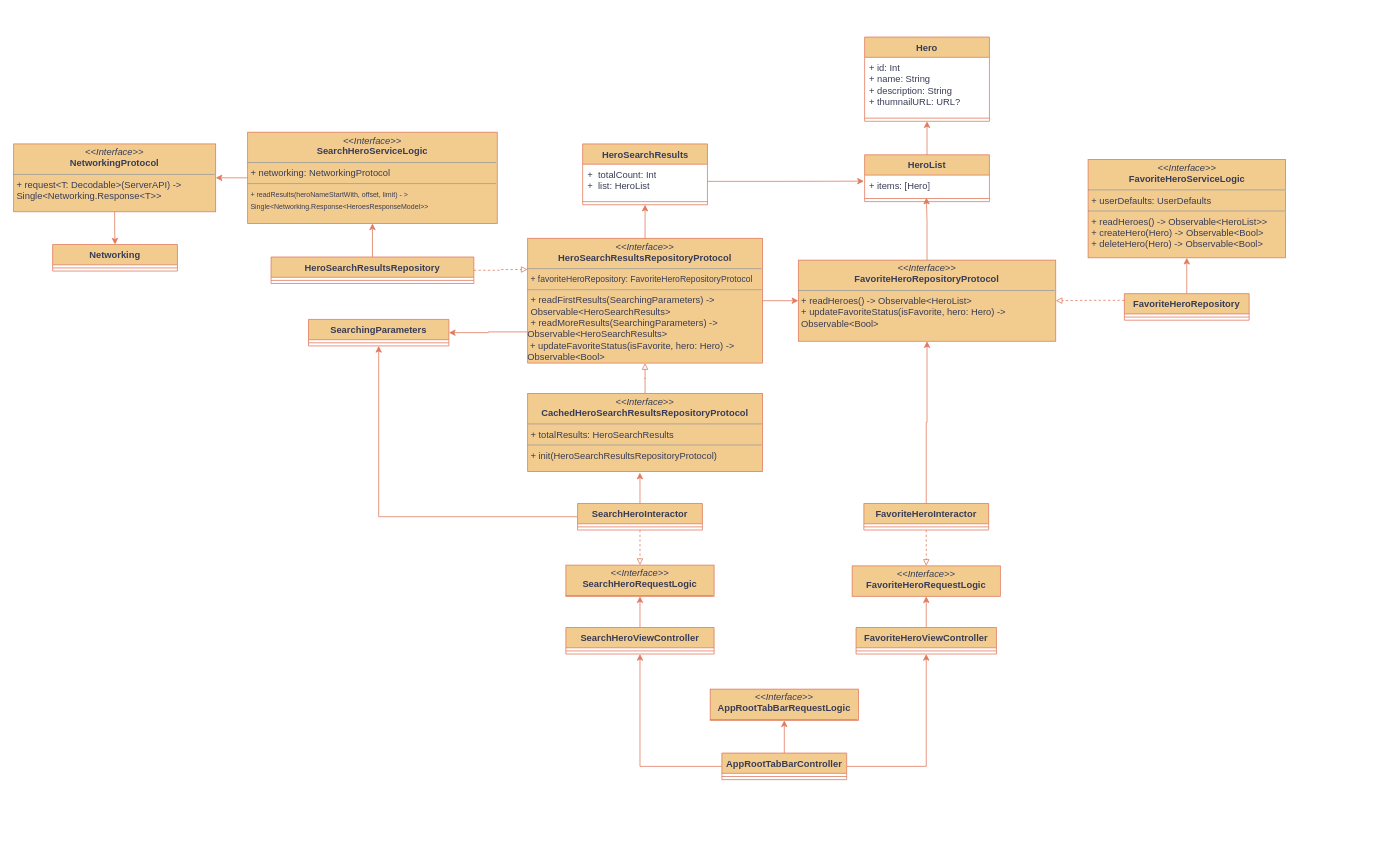
Before: page "앱 구조" (1 of 2) of Characters.drawio in gookhee/diagrams, a draw.io diagram. Source tidied: cells renumbered, new cells numbered last; positions are measured from the earlier drawing's top-left corner, leaving out a move shared by most shapes. Both pictures are drawn from the tidied source at 78%, with x=0, y=0 at pixel (13, 37).
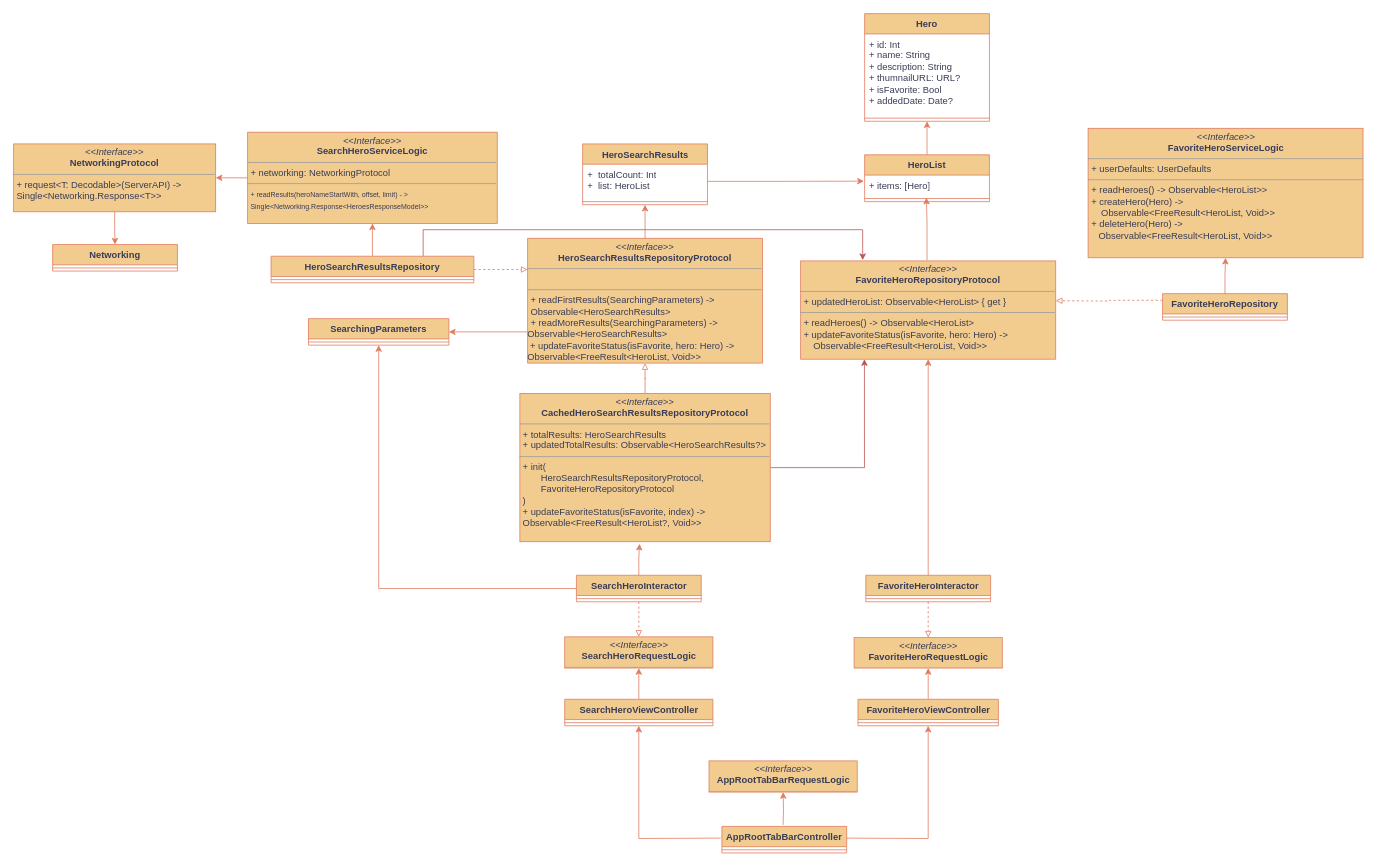
The same page after the edit.

The change refers to these unchanged cells:
```xml
<mxCell id="41" style="line;strokeWidth=1;fillColor=none;align=left;verticalAlign=middle;spacingTop=-1;spacingLeft=3;spacingRight=3;labelPosition=right;points=[];portConstraint=eastwest;strokeColor=#E07A5F;labelBackgroundColor=none;fontColor=#393C56;" parent="39" vertex="1">
  <mxGeometry y="52" width="160" height="8" as="geometry" />
</mxCell>
```

What changed in the source:
```diff
@@
-    <mxCell id="2" style="edgeStyle=orthogonalEdgeStyle;rounded=0;jettySize=auto;html=1;labelBackgroundColor=none;strokeColor=#E07A5F;fontColor=default;entryX=0.5;entryY=1;entryDx=0;entryDy=0;" parent="1" edge="1" source="5" target="8">
-      <mxGeometry relative="1" as="geometry" />
+    <mxCell id="2" style="edgeStyle=orthogonalEdgeStyle;rounded=0;jettySize=auto;html=1;labelBackgroundColor=none;strokeColor=#E07A5F;fontColor=default;entryX=0.5;entryY=1;entryDx=0;entryDy=0;" parent="1" edge="1" target="8">
+      <mxGeometry relative="1" as="geometry">
+        <mxPoint x="906.5" y="1027" as="sourcePoint" />
+      </mxGeometry>
     </mxCell>
-    <mxCell id="3" style="edgeStyle=orthogonalEdgeStyle;rounded=0;jettySize=auto;html=1;entryX=0.5;entryY=1;entryDx=0;entryDy=0;labelBackgroundColor=none;strokeColor=#E07A5F;fontColor=default;" parent="1" edge="1" source="5" target="11">
-      <mxGeometry relative="1" as="geometry" />
+    <mxCell id="3" style="edgeStyle=orthogonalEdgeStyle;rounded=0;jettySize=auto;html=1;entryX=0.5;entryY=1;entryDx=0;entryDy=0;labelBackgroundColor=none;strokeColor=#E07A5F;fontColor=default;" parent="1" edge="1" target="11">
+      <mxGeometry relative="1" as="geometry">
+        <mxPoint x="1066.5" y="1027" as="sourcePoint" />
+      </mxGeometry>
     </mxCell>
-    <mxCell id="4" style="edgeStyle=orthogonalEdgeStyle;rounded=0;jettySize=auto;html=1;entryX=0.5;entryY=1;entryDx=0;entryDy=0;labelBackgroundColor=none;strokeColor=#E07A5F;fontColor=default;" parent="1" edge="1" source="5" target="15">
-      <mxGeometry relative="1" as="geometry" />
+    <mxCell id="4" style="edgeStyle=orthogonalEdgeStyle;rounded=0;jettySize=auto;html=1;entryX=0.5;entryY=1;entryDx=0;entryDy=0;labelBackgroundColor=none;strokeColor=#E07A5F;fontColor=default;" parent="1" edge="1" target="15">
+      <mxGeometry relative="1" as="geometry">
+        <mxPoint x="986.5" y="1010" as="sourcePoint" />
+      </mxGeometry>
     </mxCell>
     <mxCell id="5" value="AppRootTabBarController" style="swimlane;fontStyle=1;align=center;verticalAlign=top;horizontal=1;startSize=26;whiteSpace=wrap;html=1;labelBackgroundColor=none;fillColor=#F2CC8F;strokeColor=#E07A5F;fontColor=#393C56;" parent="1" vertex="1">
-      <mxGeometry x="908" y="918" width="160" height="34" as="geometry" />
+      <mxGeometry x="908" y="1012" width="160" height="34" as="geometry" />
     </mxCell>
@@
     <mxCell id="8" value="SearchHeroViewController" style="swimlane;fontStyle=1;align=center;verticalAlign=top;horizontal=1;startSize=26;whiteSpace=wrap;html=1;labelBackgroundColor=none;fillColor=#F2CC8F;strokeColor=#E07A5F;fontColor=#393C56;" parent="1" vertex="1">
-      <mxGeometry x="708" y="757" width="190" height="34" as="geometry" />
+      <mxGeometry x="706.5" y="849" width="190" height="34" as="geometry" />
     </mxCell>
@@
     <mxCell id="11" value="FavoriteHeroViewController" style="swimlane;fontStyle=1;align=center;verticalAlign=top;horizontal=1;startSize=26;whiteSpace=wrap;html=1;labelBackgroundColor=none;fillColor=#F2CC8F;strokeColor=#E07A5F;fontColor=#393C56;" parent="1" vertex="1">
-      <mxGeometry x="1080" y="757" width="180" height="34" as="geometry" />
+      <mxGeometry x="1082.5" y="849" width="180" height="34" as="geometry" />
     </mxCell>
@@
     <mxCell id="13" value="&lt;p style=&quot;margin:0px;margin-top:4px;text-align:center;&quot;&gt;&lt;i&gt;&amp;lt;&amp;lt;Interface&amp;gt;&amp;gt;&lt;/i&gt;&lt;br&gt;&lt;b&gt;&lt;font style=&quot;font-size: 12px;&quot;&gt;SearchHeroRequestLogic&lt;/font&gt;&lt;/b&gt;&lt;/p&gt;&lt;hr size=&quot;1&quot;&gt;&lt;p style=&quot;margin:0px;margin-left:4px;&quot;&gt;&lt;br&gt;&lt;/p&gt;&lt;hr size=&quot;1&quot;&gt;&lt;p style=&quot;margin:0px;margin-left:4px;&quot;&gt;&lt;br&gt;&lt;/p&gt;" style="verticalAlign=top;align=left;overflow=fill;fontSize=12;fontFamily=Helvetica;html=1;whiteSpace=wrap;labelBackgroundColor=none;fillColor=#F2CC8F;strokeColor=#E07A5F;fontColor=#393C56;" parent="1" vertex="1">
-      <mxGeometry x="708" y="677" width="190" height="40" as="geometry" />
+      <mxGeometry x="706.5" y="769" width="190" height="40" as="geometry" />
     </mxCell>
     <mxCell id="14" value="&lt;p style=&quot;margin:0px;margin-top:4px;text-align:center;&quot;&gt;&lt;i&gt;&amp;lt;&amp;lt;Interface&amp;gt;&amp;gt;&lt;/i&gt;&lt;br&gt;&lt;b&gt;FavoriteHeroRequestLogic&lt;/b&gt;&lt;/p&gt;&lt;hr size=&quot;1&quot;&gt;&lt;p style=&quot;margin:0px;margin-left:4px;&quot;&gt;&lt;br&gt;&lt;/p&gt;&lt;p style=&quot;margin:0px;margin-left:4px;&quot;&gt;&lt;br&gt;&lt;/p&gt;" style="verticalAlign=top;align=left;overflow=fill;fontSize=12;fontFamily=Helvetica;html=1;whiteSpace=wrap;labelBackgroundColor=none;fillColor=#F2CC8F;strokeColor=#E07A5F;fontColor=#393C56;" parent="1" vertex="1">
-      <mxGeometry x="1075" y="678" width="190" height="39" as="geometry" />
+      <mxGeometry x="1077.5" y="770" width="190" height="39" as="geometry" />
     </mxCell>
     <mxCell id="15" value="&lt;p style=&quot;margin:0px;margin-top:4px;text-align:center;&quot;&gt;&lt;i&gt;&amp;lt;&amp;lt;Interface&amp;gt;&amp;gt;&lt;/i&gt;&lt;br&gt;&lt;b&gt;AppRootTabBarRequestLogic&lt;/b&gt;&lt;/p&gt;&lt;hr size=&quot;1&quot;&gt;&lt;p style=&quot;margin:0px;margin-left:4px;&quot;&gt;&lt;br&gt;&lt;/p&gt;&lt;hr size=&quot;1&quot;&gt;&lt;p style=&quot;margin:0px;margin-left:4px;&quot;&gt;&lt;br&gt;&lt;/p&gt;" style="verticalAlign=top;align=left;overflow=fill;fontSize=12;fontFamily=Helvetica;html=1;whiteSpace=wrap;labelBackgroundColor=none;fillColor=#F2CC8F;strokeColor=#E07A5F;fontColor=#393C56;" parent="1" vertex="1">
-      <mxGeometry x="893" y="836" width="190" height="40" as="geometry" />
+      <mxGeometry x="891.5" y="928" width="190" height="40" as="geometry" />
     </mxCell>
@@
     <mxCell id="18" value="SearchHeroInteractor" style="swimlane;fontStyle=1;align=center;verticalAlign=top;horizontal=1;startSize=26;whiteSpace=wrap;html=1;labelBackgroundColor=none;fillColor=#F2CC8F;strokeColor=#E07A5F;fontColor=#393C56;" parent="1" vertex="1">
-      <mxGeometry x="723" y="598" width="160" height="34" as="geometry" />
+      <mxGeometry x="721.5" y="690" width="160" height="34" as="geometry" />
     </mxCell>
@@
     <mxCell id="21" value="FavoriteHeroInteractor" style="swimlane;fontStyle=1;align=center;verticalAlign=top;horizontal=1;startSize=26;whiteSpace=wrap;html=1;labelBackgroundColor=none;fillColor=#F2CC8F;strokeColor=#E07A5F;fontColor=#393C56;" parent="1" vertex="1">
-      <mxGeometry x="1090" y="598" width="160" height="34" as="geometry" />
+      <mxGeometry x="1092.5" y="690" width="160" height="34" as="geometry" />
     </mxCell>
@@
+    <mxCell id="61" style="edgeStyle=orthogonalEdgeStyle;rounded=0;jettySize=auto;html=1;entryX=0.25;entryY=1;entryDx=0;entryDy=0;fillColor=#f8cecc;strokeColor=#b85450;" parent="1" edge="1" source="24" target="63">
+      <mxGeometry relative="1" as="geometry" />
+    </mxCell>
-    <mxCell id="24" value="&lt;p style=&quot;margin:0px;margin-top:4px;text-align:center;&quot;&gt;&lt;i&gt;&amp;lt;&amp;lt;Interface&amp;gt;&amp;gt;&lt;/i&gt;&lt;br&gt;&lt;b&gt;CachedHeroSearchResultsRepositoryProtocol&lt;/b&gt;&lt;/p&gt;&lt;hr size=&quot;1&quot;&gt;&lt;p style=&quot;margin:0px;margin-left:4px;&quot;&gt;+ totalResults: HeroSearchResults&lt;br&gt;&lt;/p&gt;&lt;hr size=&quot;1&quot;&gt;&lt;p style=&quot;margin:0px;margin-left:4px;&quot;&gt;+ init(HeroSearchResultsRepositoryProtocol)&lt;br&gt;&lt;/p&gt;" style="verticalAlign=top;align=left;overflow=fill;fontSize=12;fontFamily=Helvetica;html=1;whiteSpace=wrap;labelBackgroundColor=none;fillColor=#F2CC8F;strokeColor=#E07A5F;fontColor=#393C56;" parent="1" vertex="1">
-      <mxGeometry x="659" y="457" width="301" height="100" as="geometry" />
+    <mxCell id="24" value="&lt;p style=&quot;margin:0px;margin-top:4px;text-align:center;&quot;&gt;&lt;i&gt;&amp;lt;&amp;lt;Interface&amp;gt;&amp;gt;&lt;/i&gt;&lt;br&gt;&lt;b&gt;CachedHeroSearchResultsRepositoryProtocol&lt;/b&gt;&lt;/p&gt;&lt;hr size=&quot;1&quot;&gt;&lt;p style=&quot;margin:0px;margin-left:4px;&quot;&gt;+ totalResults: HeroSearchResults&lt;br&gt;&lt;/p&gt;&lt;p style=&quot;margin:0px;margin-left:4px;&quot;&gt;+ updatedTotalResults: Observable&amp;lt;HeroSearchResults?&amp;gt;&amp;nbsp;&lt;/p&gt;&lt;hr size=&quot;1&quot;&gt;&lt;p style=&quot;margin:0px;margin-left:4px;&quot;&gt;+ init(&lt;/p&gt;&lt;p style=&quot;margin:0px;margin-left:4px;&quot;&gt;&amp;nbsp; &amp;nbsp; &amp;nbsp; &amp;nbsp;HeroSearchResultsRepositoryProtocol,&lt;/p&gt;&lt;p style=&quot;margin:0px;margin-left:4px;&quot;&gt;&amp;nbsp; &amp;nbsp; &amp;nbsp; &amp;nbsp;FavoriteHeroRepositoryProtocol&lt;/p&gt;&lt;p style=&quot;margin:0px;margin-left:4px;&quot;&gt;)&lt;br&gt;&lt;/p&gt;&lt;p style=&quot;margin:0px;margin-left:4px;&quot;&gt;+ updateFavoriteStatus(isFavorite, index) -&amp;gt; Observable&amp;lt;FreeResult&amp;lt;HeroList?, Void&amp;gt;&amp;gt;&lt;/p&gt;" style="verticalAlign=top;align=left;overflow=fill;fontSize=12;fontFamily=Helvetica;html=1;whiteSpace=wrap;labelBackgroundColor=none;fillColor=#F2CC8F;strokeColor=#E07A5F;fontColor=#393C56;" parent="1" vertex="1">
+      <mxGeometry x="649" y="457" width="321" height="190" as="geometry" />
     </mxCell>
@@
-    <mxCell id="27" style="edgeStyle=orthogonalEdgeStyle;rounded=0;jettySize=auto;html=1;entryX=0;entryY=0.5;entryDx=0;entryDy=0;strokeColor=#E07A5F;fontColor=default;fillColor=#F2CC8F;labelBackgroundColor=none;" parent="1" edge="1" source="29" target="37">
-      <mxGeometry relative="1" as="geometry" />
-    </mxCell>
@@
-    <mxCell id="29" value="&lt;p style=&quot;margin:0px;margin-top:4px;text-align:center;&quot;&gt;&lt;i&gt;&amp;lt;&amp;lt;Interface&amp;gt;&amp;gt;&lt;/i&gt;&lt;br&gt;&lt;b&gt;HeroSearchResultsRepositoryProtocol&lt;/b&gt;&lt;/p&gt;&lt;hr size=&quot;1&quot;&gt;&lt;p style=&quot;margin:0px;margin-left:4px;&quot;&gt;&lt;font style=&quot;font-size: 11px;&quot;&gt;+ favoriteHeroRepository: FavoriteHeroRepositoryProtocol&lt;/font&gt;&lt;/p&gt;&lt;hr size=&quot;1&quot;&gt;&lt;p style=&quot;margin:0px;margin-left:4px;&quot;&gt;+ readFirstResults(SearchingParameters) -&amp;gt; Observable&amp;lt;HeroSearchResults&amp;gt;&lt;/p&gt;&lt;p style=&quot;margin:0px;margin-left:4px;&quot;&gt;+ readMoreResults(SearchingParameters) -&amp;gt;&amp;nbsp;&lt;/p&gt;Observable&amp;lt;HeroSearchResults&amp;gt;&lt;br&gt;&amp;nbsp;+ updateFavoriteStatus(isFavorite, hero: Hero) -&amp;gt; Observable&amp;lt;Bool&amp;gt;" style="verticalAlign=top;align=left;overflow=fill;fontSize=12;fontFamily=Helvetica;html=1;whiteSpace=wrap;labelBackgroundColor=none;fillColor=#F2CC8F;strokeColor=#E07A5F;fontColor=#393C56;" parent="1" vertex="1">
+    <mxCell id="29" value="&lt;p style=&quot;margin:0px;margin-top:4px;text-align:center;&quot;&gt;&lt;i&gt;&amp;lt;&amp;lt;Interface&amp;gt;&amp;gt;&lt;/i&gt;&lt;br&gt;&lt;b&gt;HeroSearchResultsRepositoryProtocol&lt;/b&gt;&lt;/p&gt;&lt;hr size=&quot;1&quot;&gt;&lt;p style=&quot;margin:0px;margin-left:4px;&quot;&gt;&lt;br&gt;&lt;/p&gt;&lt;hr size=&quot;1&quot;&gt;&lt;p style=&quot;margin:0px;margin-left:4px;&quot;&gt;+ readFirstResults(SearchingParameters) -&amp;gt; Observable&amp;lt;HeroSearchResults&amp;gt;&lt;/p&gt;&lt;p style=&quot;margin:0px;margin-left:4px;&quot;&gt;+ readMoreResults(SearchingParameters) -&amp;gt;&amp;nbsp;&lt;/p&gt;Observable&amp;lt;HeroSearchResults&amp;gt;&lt;br&gt;&amp;nbsp;+ updateFavoriteStatus(isFavorite, hero: Hero) -&amp;gt; Observable&amp;lt;FreeResult&amp;lt;HeroList, Void&amp;gt;&amp;gt;" style="verticalAlign=top;align=left;overflow=fill;fontSize=12;fontFamily=Helvetica;html=1;whiteSpace=wrap;labelBackgroundColor=none;fillColor=#F2CC8F;strokeColor=#E07A5F;fontColor=#393C56;" parent="1" vertex="1">
       <mxGeometry x="659" y="258" width="301" height="160" as="geometry" />
     </mxCell>
-    <mxCell id="30" value="&lt;p style=&quot;margin:0px;margin-top:4px;text-align:center;&quot;&gt;&lt;i&gt;&amp;lt;&amp;lt;Interface&amp;gt;&amp;gt;&lt;/i&gt;&lt;br&gt;&lt;b&gt;FavoriteHeroServiceLogic&lt;/b&gt;&lt;/p&gt;&lt;hr size=&quot;1&quot;&gt;&lt;p style=&quot;margin:0px;margin-left:4px;&quot;&gt;+ userDefaults: UserDefaults&lt;br&gt;&lt;/p&gt;&lt;hr size=&quot;1&quot;&gt;&lt;p style=&quot;margin:0px;margin-left:4px;&quot;&gt;+ readHeroes() -&amp;gt; Observable&amp;lt;HeroList&amp;gt;&amp;gt;&lt;br&gt;&lt;/p&gt;&lt;p style=&quot;margin:0px;margin-left:4px;&quot;&gt;+ createHero(Hero) -&amp;gt; Observable&amp;lt;Bool&amp;gt;&lt;/p&gt;&lt;p style=&quot;margin:0px;margin-left:4px;&quot;&gt;+ deleteHero(Hero) -&amp;gt; Observable&amp;lt;Bool&amp;gt;&lt;/p&gt;" style="verticalAlign=top;align=left;overflow=fill;fontSize=12;fontFamily=Helvetica;html=1;whiteSpace=wrap;labelBackgroundColor=none;fillColor=#F2CC8F;strokeColor=#E07A5F;fontColor=#393C56;" parent="1" vertex="1">
-      <mxGeometry x="1377.5" y="157" width="253" height="126" as="geometry" />
+    <mxCell id="30" value="&lt;p style=&quot;margin:0px;margin-top:4px;text-align:center;&quot;&gt;&lt;i&gt;&amp;lt;&amp;lt;Interface&amp;gt;&amp;gt;&lt;/i&gt;&lt;br&gt;&lt;b&gt;FavoriteHeroServiceLogic&lt;/b&gt;&lt;/p&gt;&lt;hr size=&quot;1&quot;&gt;&lt;p style=&quot;margin:0px;margin-left:4px;&quot;&gt;+ userDefaults: UserDefaults&lt;br&gt;&lt;/p&gt;&lt;hr size=&quot;1&quot;&gt;&lt;p style=&quot;margin:0px;margin-left:4px;&quot;&gt;+ readHeroes() -&amp;gt; Observable&amp;lt;HeroList&amp;gt;&amp;gt;&lt;br&gt;&lt;/p&gt;&lt;p style=&quot;margin:0px;margin-left:4px;&quot;&gt;+ createHero(Hero) -&amp;gt;&amp;nbsp;&lt;/p&gt;&amp;nbsp; &amp;nbsp; &amp;nbsp;Observable&amp;lt;FreeResult&amp;lt;HeroList, Void&amp;gt;&amp;gt;&lt;p style=&quot;margin:0px;margin-left:4px;&quot;&gt;+ deleteHero(Hero) -&amp;gt;&amp;nbsp;&lt;/p&gt;&amp;nbsp; &amp;nbsp; Observable&amp;lt;FreeResult&amp;lt;HeroList, Void&amp;gt;&amp;gt;" style="verticalAlign=top;align=left;overflow=fill;fontSize=12;fontFamily=Helvetica;html=1;whiteSpace=wrap;labelBackgroundColor=none;fillColor=#F2CC8F;strokeColor=#E07A5F;fontColor=#393C56;" parent="1" vertex="1">
+      <mxGeometry x="1377.5" y="117" width="352.5" height="166" as="geometry" />
     </mxCell>
@@
+    <mxCell id="62" style="edgeStyle=orthogonalEdgeStyle;rounded=0;jettySize=auto;html=1;exitX=0.75;exitY=0;exitDx=0;exitDy=0;entryX=0.25;entryY=0;entryDx=0;entryDy=0;fillColor=#f8cecc;strokeColor=#b85450;" parent="1" edge="1" source="33">
+      <mxGeometry relative="1" as="geometry">
+        <mxPoint x="1088.5" y="286" as="targetPoint" />
+        <Array as="points">
+          <mxPoint x="525" y="247" />
+          <mxPoint x="1089" y="247" />
+        </Array>
+      </mxGeometry>
+    </mxCell>
     <mxCell id="33" value="HeroSearchResultsRepository" style="swimlane;fontStyle=1;align=center;verticalAlign=top;horizontal=1;startSize=26;whiteSpace=wrap;html=1;labelBackgroundColor=none;fillColor=#F2CC8F;strokeColor=#E07A5F;fontColor=#393C56;" parent="1" vertex="1">
-      <mxGeometry x="330" y="282" width="260" height="34" as="geometry" />
+      <mxGeometry x="330" y="281" width="260" height="34" as="geometry" />
     </mxCell>
@@
-    <mxCell id="37" value="&lt;p style=&quot;margin:0px;margin-top:4px;text-align:center;&quot;&gt;&lt;i&gt;&amp;lt;&amp;lt;Interface&amp;gt;&amp;gt;&lt;/i&gt;&lt;br&gt;&lt;b&gt;FavoriteHeroRepositoryProtocol&lt;/b&gt;&lt;/p&gt;&lt;hr size=&quot;1&quot;&gt;&lt;p style=&quot;margin:0px;margin-left:4px;&quot;&gt;+ readHeroes() -&amp;gt; Observable&amp;lt;HeroList&amp;gt;&lt;/p&gt;&lt;p style=&quot;margin:0px;margin-left:4px;&quot;&gt;+ updateFavoriteStatus(isFavorite, hero: Hero) -&amp;gt; Observable&amp;lt;Bool&amp;gt;&lt;/p&gt;" style="verticalAlign=top;align=left;overflow=fill;fontSize=12;fontFamily=Helvetica;html=1;whiteSpace=wrap;labelBackgroundColor=none;fillColor=#F2CC8F;strokeColor=#E07A5F;fontColor=#393C56;" parent="1" vertex="1">
-      <mxGeometry x="1006" y="286" width="330" height="104" as="geometry" />
-    </mxCell>
-    <mxCell id="38" style="edgeStyle=orthogonalEdgeStyle;rounded=0;jettySize=auto;html=1;entryX=0.5;entryY=1;entryDx=0;entryDy=0;labelBackgroundColor=none;strokeColor=#E07A5F;fontColor=default;" parent="1" edge="1" source="21" target="37">
+    <mxCell id="38" style="edgeStyle=orthogonalEdgeStyle;rounded=0;jettySize=auto;html=1;entryX=0.5;entryY=1;entryDx=0;entryDy=0;labelBackgroundColor=none;strokeColor=#E07A5F;fontColor=default;" parent="1" edge="1" source="21" target="63">
       <mxGeometry relative="1" as="geometry" />
     </mxCell>
@@
-    <mxCell id="43" style="edgeStyle=orthogonalEdgeStyle;rounded=0;jettySize=auto;html=1;labelBackgroundColor=none;strokeColor=#E07A5F;fontColor=default;entryX=0.495;entryY=0.366;entryDx=0;entryDy=0;entryPerimeter=0;" parent="1" edge="1" source="37" target="41">
+    <mxCell id="43" style="edgeStyle=orthogonalEdgeStyle;rounded=0;jettySize=auto;html=1;labelBackgroundColor=none;strokeColor=#E07A5F;fontColor=default;entryX=0.495;entryY=0.366;entryDx=0;entryDy=0;entryPerimeter=0;" parent="1" edge="1" target="41">
       <mxGeometry relative="1" as="geometry">
+        <mxPoint x="1171" y="286" as="sourcePoint" />
         <Array as="points">
           <mxPoint x="1171" y="237" />
           <mxPoint x="1170" y="237" />
         </Array>
       </mxGeometry>
     </mxCell>
@@
     <mxCell id="48" value="FavoriteHeroRepository" style="swimlane;fontStyle=1;align=center;verticalAlign=top;horizontal=1;startSize=26;whiteSpace=wrap;html=1;labelBackgroundColor=none;fillColor=#F2CC8F;strokeColor=#E07A5F;fontColor=#393C56;" parent="1" vertex="1">
-      <mxGeometry x="1424" y="329" width="160" height="34" as="geometry" />
+      <mxGeometry x="1473" y="329" width="160" height="34" as="geometry" />
     </mxCell>
@@
-    <mxCell id="50" style="edgeStyle=orthogonalEdgeStyle;rounded=0;jettySize=auto;html=1;entryX=1;entryY=0.5;entryDx=0;entryDy=0;dashed=1;endArrow=block;endFill=0;labelBackgroundColor=none;strokeColor=#E07A5F;fontColor=default;exitX=0;exitY=0.25;exitDx=0;exitDy=0;" parent="1" edge="1" source="48" target="37">
-      <mxGeometry relative="1" as="geometry" />
+    <mxCell id="50" style="edgeStyle=orthogonalEdgeStyle;rounded=0;jettySize=auto;html=1;entryX=1;entryY=0.5;entryDx=0;entryDy=0;dashed=1;endArrow=block;endFill=0;labelBackgroundColor=none;strokeColor=#E07A5F;fontColor=default;exitX=0;exitY=0.25;exitDx=0;exitDy=0;" parent="1" edge="1" source="48">
+      <mxGeometry relative="1" as="geometry">
+        <mxPoint x="1336" y="338" as="targetPoint" />
+      </mxGeometry>
     </mxCell>
@@
     <mxCell id="52" value="Hero" style="swimlane;fontStyle=1;align=center;verticalAlign=top;horizontal=1;startSize=26;whiteSpace=wrap;html=1;labelBackgroundColor=none;fillColor=#F2CC8F;strokeColor=#E07A5F;fontColor=#393C56;" parent="1" vertex="1">
-      <mxGeometry x="1091" width="160" height="108" as="geometry" />
+      <mxGeometry x="1091" y="-30" width="160" height="138" as="geometry" />
     </mxCell>
-    <mxCell id="53" value="+ id: Int&lt;br&gt;+ name: String&lt;br&gt;+ description: String&lt;br&gt;+ thumnailURL: URL?" style="text;strokeColor=none;fillColor=none;align=left;verticalAlign=top;spacingLeft=4;spacingRight=4;overflow=hidden;whiteSpace=wrap;html=1;labelBackgroundColor=none;fontColor=#393C56;" parent="52" vertex="1">
-      <mxGeometry y="26" width="160" height="74" as="geometry" />
+    <mxCell id="53" value="+ id: Int&lt;br&gt;+ name: String&lt;br&gt;+ description: String&lt;br&gt;+ thumnailURL: URL?&lt;br&gt;+ isFavorite: Bool&lt;br&gt;+ addedDate: Date?" style="text;strokeColor=none;fillColor=none;align=left;verticalAlign=top;spacingLeft=4;spacingRight=4;overflow=hidden;whiteSpace=wrap;html=1;labelBackgroundColor=none;fontColor=#393C56;" parent="52" vertex="1">
+      <mxGeometry y="26" width="160" height="104" as="geometry" />
     </mxCell>
     <mxCell id="54" style="line;strokeWidth=1;fillColor=none;align=left;verticalAlign=middle;spacingTop=-1;spacingLeft=3;spacingRight=3;labelPosition=right;strokeColor=#E07A5F;labelBackgroundColor=none;fontColor=#393C56;" parent="52" vertex="1">
-      <mxGeometry y="100" width="160" height="8" as="geometry" />
+      <mxGeometry y="130" width="160" height="8" as="geometry" />
     </mxCell>
     <mxCell id="55" value="SearchingParameters" style="swimlane;fontStyle=1;align=center;verticalAlign=top;horizontal=1;startSize=26;whiteSpace=wrap;html=1;labelBackgroundColor=none;fillColor=#F2CC8F;strokeColor=#E07A5F;fontColor=#393C56;" parent="1" vertex="1">
-      <mxGeometry x="378" y="362" width="180" height="34" as="geometry" />
+      <mxGeometry x="378" y="361" width="180" height="34" as="geometry" />
     </mxCell>
@@
+    <mxCell id="63" value="&lt;p style=&quot;margin:0px;margin-top:4px;text-align:center;&quot;&gt;&lt;i&gt;&amp;lt;&amp;lt;Interface&amp;gt;&amp;gt;&lt;/i&gt;&lt;br&gt;&lt;b style=&quot;border-color: var(--border-color);&quot;&gt;FavoriteHeroRepositoryProtocol&lt;/b&gt;&lt;br&gt;&lt;/p&gt;&lt;hr size=&quot;1&quot;&gt;&lt;p style=&quot;margin:0px;margin-left:4px;&quot;&gt;+ updatedHeroList: Observable&amp;lt;HeroList&amp;gt; { get }&lt;br&gt;&lt;/p&gt;&lt;hr size=&quot;1&quot;&gt;&lt;p style=&quot;border-color: var(--border-color); margin: 0px 0px 0px 4px;&quot;&gt;+ readHeroes() -&amp;gt; Observable&amp;lt;HeroList&amp;gt;&lt;/p&gt;&lt;p style=&quot;border-color: var(--border-color); margin: 0px 0px 0px 4px;&quot;&gt;+ updateFavoriteStatus(isFavorite, hero: Hero) -&amp;gt;&lt;/p&gt;&amp;nbsp; &amp;nbsp; &amp;nbsp;Observable&amp;lt;FreeResult&amp;lt;HeroList, Void&amp;gt;&amp;gt;" style="verticalAlign=top;align=left;overflow=fill;fontSize=12;fontFamily=Helvetica;html=1;whiteSpace=wrap;labelBackgroundColor=none;fillColor=#F2CC8F;strokeColor=#E07A5F;fontColor=#393C56;" parent="1" vertex="1">
+      <mxGeometry x="1009" y="287" width="327" height="126" as="geometry" />
+    </mxCell>
```
